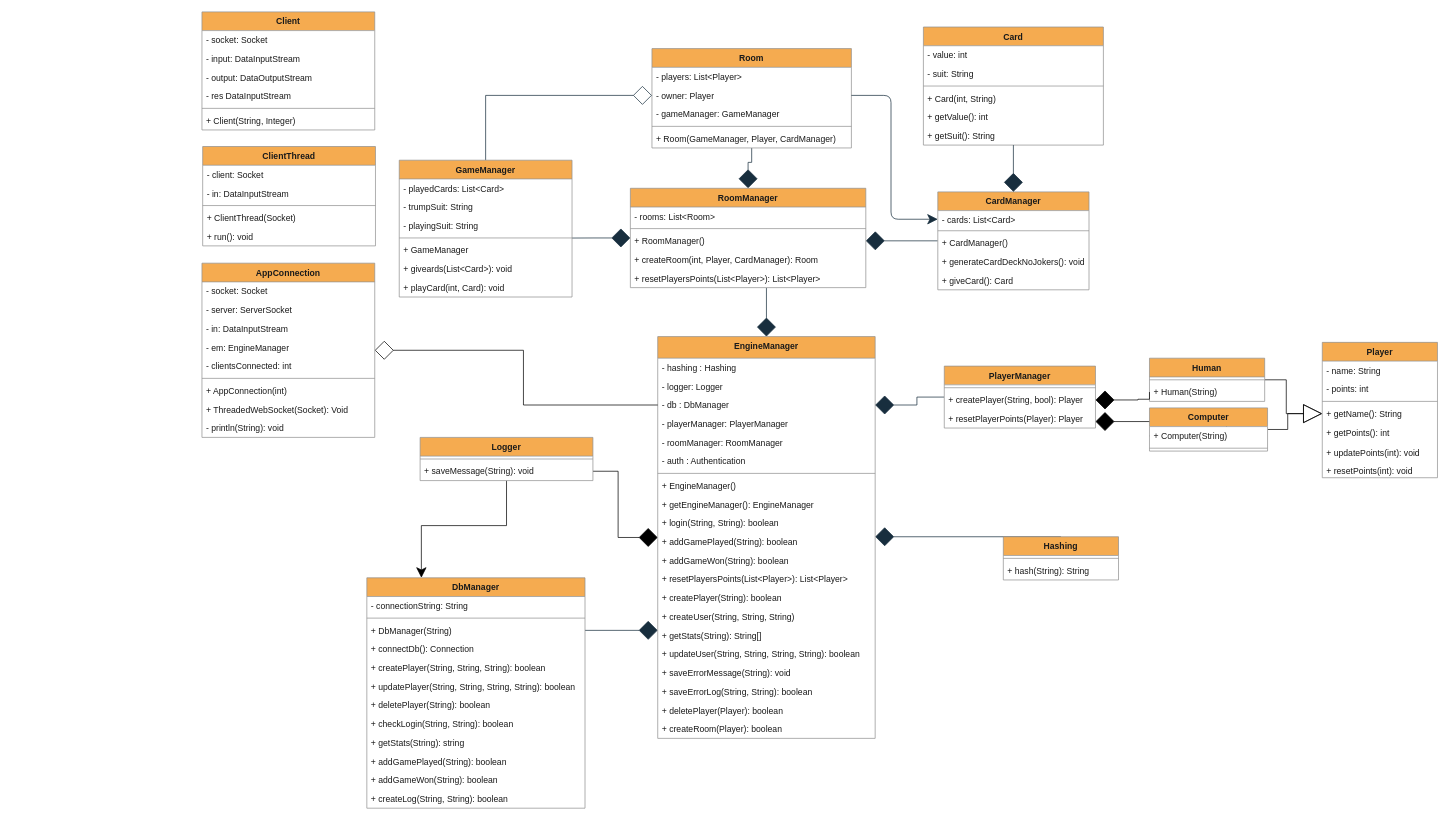
This is Diagrammer/Filer/Klasse Diagram.drawio from Olivervesth/KortKlubben, a draw.io file, before an edit. Source tidied: cells renumbered, new cells numbered last; positions are measured from the earlier drawing's top-left corner, leaving out a move shared by most shapes. Both pictures are drawn from the tidied source at 72%, with x=0, y=0 at pixel (202, 12).
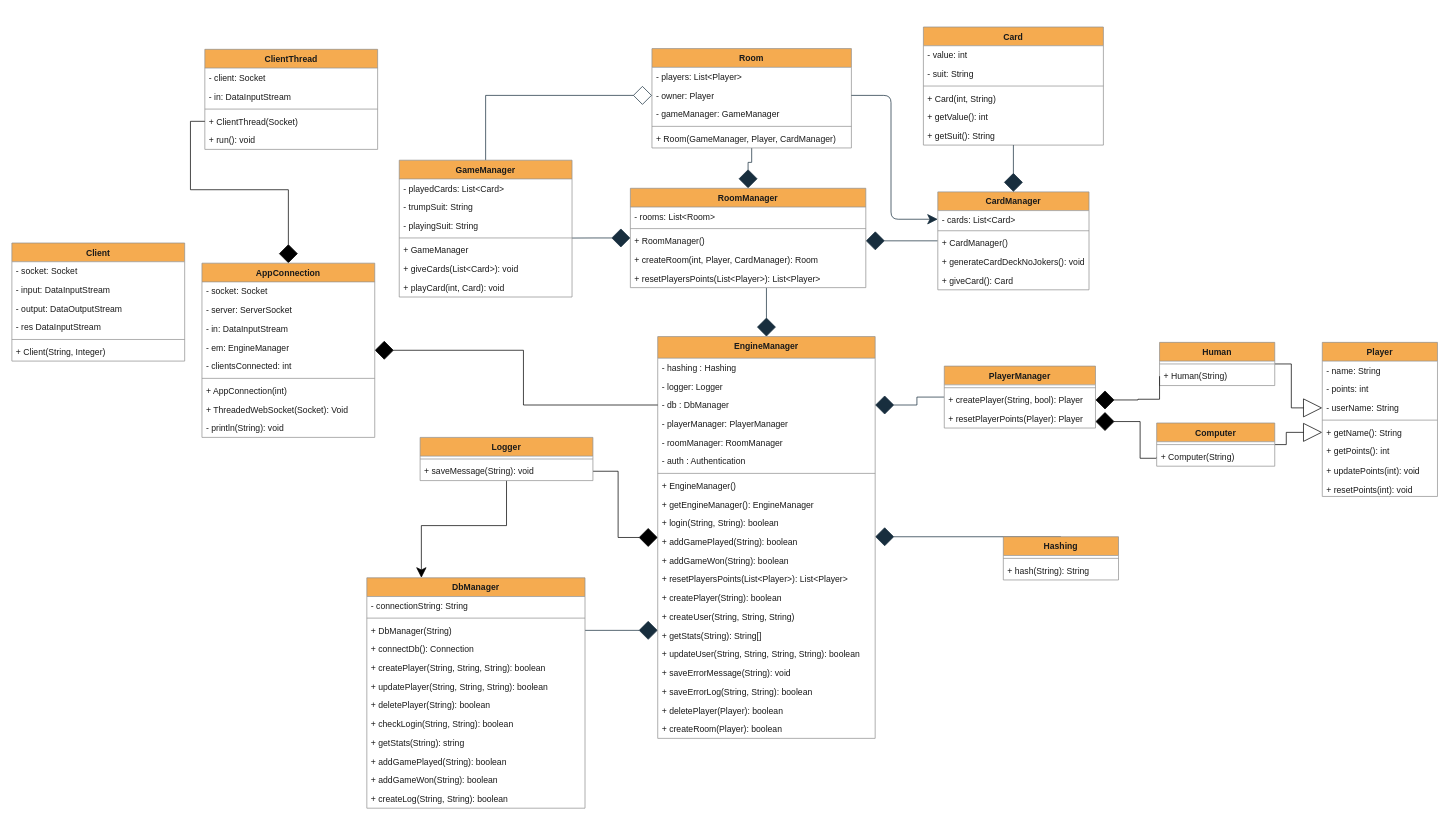
The same diagram, later.

Unchanged cells that the change refers to:
```xml
<mxCell id="37" value="- db : DbManager" style="text;strokeColor=none;fillColor=none;align=left;verticalAlign=top;spacingLeft=4;spacingRight=4;overflow=hidden;points=[[0,0.5],[1,0.5]];portConstraint=eastwest;fontColor=#1A1A1A;rounded=0;" parent="34" vertex="1">
  <mxGeometry y="82" width="302" height="26" as="geometry" />
</mxCell>
<mxCell id="58" value="PlayerManager" style="swimlane;fontStyle=1;align=center;verticalAlign=top;horizontal=1;startSize=26;fillColor=#F5AB50;strokeColor=#909090;fontColor=#1A1A1A;rounded=0;swimlaneFillColor=default;" parent="1" vertex="1">
  <mxGeometry x="1031" y="492" width="210" height="86" as="geometry" />
</mxCell>
<mxCell id="60" value="+ createPlayer(String, bool): Player" style="text;strokeColor=none;fillColor=none;align=left;verticalAlign=top;spacingLeft=4;spacingRight=4;overflow=hidden;points=[[0,0.5],[1,0.5]];portConstraint=eastwest;fontColor=#1A1A1A;rounded=0;" parent="58" vertex="1">
  <mxGeometry y="34" width="210" height="26" as="geometry" />
</mxCell>
<mxCell id="66" value="DbManager" style="swimlane;fontStyle=1;align=center;verticalAlign=top;horizontal=1;startSize=26;fillColor=#F5AB50;strokeColor=#909090;fontColor=#1A1A1A;rounded=0;swimlaneFillColor=default;" parent="1" vertex="1">
  <mxGeometry x="229" y="786" width="303" height="320" as="geometry" />
</mxCell>
<mxCell id="88" value="GameManager" style="swimlane;fontStyle=1;align=center;verticalAlign=top;horizontal=1;startSize=26;fillColor=#F5AB50;strokeColor=#909090;fontColor=#1A1A1A;rounded=0;swimlaneFillColor=default;" parent="1" vertex="1">
  <mxGeometry x="274" y="206" width="240" height="190" as="geometry" />
</mxCell>
<mxCell id="117" value="AppConnection" style="swimlane;fontStyle=1;align=center;verticalAlign=top;horizontal=1;startSize=26;fillColor=#F5AB50;strokeColor=#909090;fontColor=#1A1A1A;rounded=0;swimlaneFillColor=default;" parent="1" vertex="1">
  <mxGeometry y="349" width="240" height="242" as="geometry" />
</mxCell>
```

The edit, as a diff of the source:
```diff
@@
     <mxCell id="57" style="edgeStyle=orthogonalEdgeStyle;rounded=0;jettySize=auto;html=1;entryX=0;entryY=0.5;entryDx=0;entryDy=0;startArrow=diamond;startFill=1;endArrow=none;endFill=0;startSize=24;endSize=12;" parent="1" edge="1" source="58" target="84">
       <mxGeometry relative="1" as="geometry">
         <Array as="points">
-          <mxPoint x="1423" y="569" />
+          <mxPoint x="1303" y="569" />
+          <mxPoint x="1303" y="620" />
+          <mxPoint x="1326" y="620" />
         </Array>
       </mxGeometry>
     </mxCell>
@@
-    <mxCell id="62" style="edgeStyle=orthogonalEdgeStyle;rounded=0;jettySize=auto;html=1;entryX=0;entryY=0.5;entryDx=0;entryDy=0;startArrow=none;startFill=0;endArrow=block;endFill=0;startSize=24;endSize=24;exitX=1;exitY=0.5;exitDx=0;exitDy=0;" parent="1" edge="1" source="63" target="100">
+    <mxCell id="62" style="edgeStyle=orthogonalEdgeStyle;rounded=0;jettySize=auto;html=1;entryX=0;entryY=0.5;entryDx=0;entryDy=0;startArrow=none;startFill=0;endArrow=block;endFill=0;startSize=24;endSize=24;exitX=1;exitY=0.5;exitDx=0;exitDy=0;" parent="1" edge="1" source="63" target="65">
       <mxGeometry relative="1" as="geometry" />
     </mxCell>
     <mxCell id="63" value="Human" style="swimlane;fontStyle=1;align=center;verticalAlign=top;horizontal=1;startSize=26;fillColor=#F5AB50;strokeColor=#909090;fontColor=#1A1A1A;rounded=0;swimlaneFillColor=default;" parent="1" vertex="1">
-      <mxGeometry x="1316" y="481" width="160" height="60" as="geometry" />
+      <mxGeometry x="1330" y="459" width="160" height="60" as="geometry" />
     </mxCell>
@@
-    <mxCell id="65" value="+ Human(String)" style="text;strokeColor=none;fillColor=none;align=left;verticalAlign=top;spacingLeft=4;spacingRight=4;overflow=hidden;points=[[0,0.5],[1,0.5]];portConstraint=eastwest;fontColor=#1A1A1A;rounded=0;" parent="63" vertex="1">
-      <mxGeometry y="34" width="160" height="26" as="geometry" />
-    </mxCell>
+    <mxCell id="134" value="+ Human(String)" style="text;strokeColor=none;fillColor=none;align=left;verticalAlign=top;spacingLeft=4;spacingRight=4;overflow=hidden;points=[[0,0.5],[1,0.5]];portConstraint=eastwest;fontColor=#1A1A1A;rounded=0;" parent="63" vertex="1">
+      <mxGeometry y="34" width="160" height="26" as="geometry" />
+    </mxCell>
@@
-    <mxCell id="72" value="+ updatePlayer(String, String, String, String): boolean" style="text;strokeColor=none;fillColor=none;align=left;verticalAlign=top;spacingLeft=4;spacingRight=4;overflow=hidden;fontColor=#1A1A1A;rounded=0;" parent="66" vertex="1">
+    <mxCell id="72" value="+ updatePlayer(String, String, String): boolean" style="text;strokeColor=none;fillColor=none;align=left;verticalAlign=top;spacingLeft=4;spacingRight=4;overflow=hidden;fontColor=#1A1A1A;rounded=0;" parent="66" vertex="1">
       <mxGeometry y="138" width="303" height="26" as="geometry" />
     </mxCell>
@@
     <mxCell id="82" style="edgeStyle=orthogonalEdgeStyle;rounded=0;jettySize=auto;html=1;entryX=0;entryY=0.5;entryDx=0;entryDy=0;startArrow=none;startFill=0;endArrow=block;endFill=0;startSize=24;endSize=24;" parent="1" edge="1" source="83" target="100">
-      <mxGeometry relative="1" as="geometry" />
+      <mxGeometry relative="1" as="geometry">
+        <Array as="points">
+          <mxPoint x="1506" y="601" />
+          <mxPoint x="1506" y="584" />
+        </Array>
+      </mxGeometry>
     </mxCell>
     <mxCell id="83" value="Computer" style="swimlane;fontStyle=1;align=center;verticalAlign=top;horizontal=1;startSize=26;fillColor=#F5AB50;strokeColor=#909090;fontColor=#1A1A1A;rounded=0;swimlaneFillColor=default;" parent="1" vertex="1">
-      <mxGeometry x="1316" y="550" width="164" height="60" as="geometry" />
+      <mxGeometry x="1326" y="571" width="164" height="60" as="geometry" />
     </mxCell>
+    <mxCell id="85" style="line;strokeWidth=1;fillColor=none;align=left;verticalAlign=middle;spacingTop=-1;spacingLeft=3;spacingRight=3;labelPosition=right;labelBackgroundColor=#EEEEEE;strokeColor=#909090;fontColor=#1A1A1A;rounded=0;" parent="83" vertex="1">
+      <mxGeometry y="26" width="164" height="8" as="geometry" />
+    </mxCell>
     <mxCell id="84" value="+ Computer(String)" style="text;strokeColor=none;fillColor=none;align=left;verticalAlign=top;spacingLeft=4;spacingRight=4;overflow=hidden;points=[[0,0.5],[1,0.5]];portConstraint=eastwest;fontColor=#1A1A1A;rounded=0;" parent="83" vertex="1">
-      <mxGeometry y="26" width="164" height="26" as="geometry" />
+      <mxGeometry y="34" width="164" height="26" as="geometry" />
     </mxCell>
-    <mxCell id="85" style="line;strokeWidth=1;fillColor=none;align=left;verticalAlign=middle;spacingTop=-1;spacingLeft=3;spacingRight=3;labelPosition=right;labelBackgroundColor=#EEEEEE;strokeColor=#909090;fontColor=#1A1A1A;rounded=0;" parent="83" vertex="1">
-      <mxGeometry y="52" width="164" height="8" as="geometry" />
-    </mxCell>
@@
-    <mxCell id="94" value="+ giveards(List&lt;Card&gt;): void" style="text;strokeColor=none;fillColor=none;align=left;verticalAlign=top;spacingLeft=4;spacingRight=4;overflow=hidden;fontColor=#1A1A1A;rounded=0;" parent="88" vertex="1">
+    <mxCell id="94" value="+ giveCards(List&lt;Card&gt;): void" style="text;strokeColor=none;fillColor=none;align=left;verticalAlign=top;spacingLeft=4;spacingRight=4;overflow=hidden;fontColor=#1A1A1A;rounded=0;" parent="88" vertex="1">
       <mxGeometry y="138" width="240" height="26" as="geometry" />
     </mxCell>
@@
     <mxCell id="96" value="Player" style="swimlane;fontStyle=1;align=center;verticalAlign=top;horizontal=1;startSize=26;fillColor=#F5AB50;strokeColor=#909090;fontColor=#1A1A1A;rounded=0;swimlaneFillColor=default;" parent="1" vertex="1">
-      <mxGeometry x="1556" y="459" width="160" height="188" as="geometry" />
+      <mxGeometry x="1556" y="459" width="160" height="214" as="geometry" />
     </mxCell>
@@
+    <mxCell id="65" value="- userName: String" style="text;strokeColor=none;fillColor=none;align=left;verticalAlign=top;spacingLeft=4;spacingRight=4;overflow=hidden;points=[[0,0.5],[1,0.5]];portConstraint=eastwest;fontColor=#1A1A1A;rounded=0;" parent="96" vertex="1">
+      <mxGeometry y="78" width="160" height="26" as="geometry" />
+    </mxCell>
     <mxCell id="99" style="line;strokeWidth=1;fillColor=none;align=left;verticalAlign=middle;spacingTop=-1;spacingLeft=3;spacingRight=3;labelPosition=right;labelBackgroundColor=#EEEEEE;strokeColor=#909090;fontColor=#1A1A1A;rounded=0;" parent="96" vertex="1">
-      <mxGeometry y="78" width="160" height="8" as="geometry" />
+      <mxGeometry y="104" width="160" height="8" as="geometry" />
     </mxCell>
     <mxCell id="100" value="+ getName(): String" style="text;strokeColor=none;fillColor=none;align=left;verticalAlign=top;spacingLeft=4;spacingRight=4;overflow=hidden;points=[[0,0.5],[1,0.5]];portConstraint=eastwest;fontColor=#1A1A1A;rounded=0;" parent="96" vertex="1">
-      <mxGeometry y="86" width="160" height="26" as="geometry" />
+      <mxGeometry y="112" width="160" height="26" as="geometry" />
     </mxCell>
     <mxCell id="101" value="+ getPoints(): int" style="text;strokeColor=none;fillColor=none;align=left;verticalAlign=top;spacingLeft=4;spacingRight=4;overflow=hidden;fontColor=#1A1A1A;rounded=0;" parent="96" vertex="1">
-      <mxGeometry y="112" width="160" height="28" as="geometry" />
+      <mxGeometry y="138" width="160" height="28" as="geometry" />
     </mxCell>
     <mxCell id="102" value="+ updatePoints(int): void" style="text;strokeColor=none;fillColor=none;align=left;verticalAlign=top;spacingLeft=4;spacingRight=4;overflow=hidden;fontColor=#1A1A1A;rounded=0;" parent="96" vertex="1">
-      <mxGeometry y="140" width="160" height="26" as="geometry" />
+      <mxGeometry y="166" width="160" height="26" as="geometry" />
     </mxCell>
     <mxCell id="103" value="+ resetPoints(int): void" style="text;strokeColor=none;fillColor=none;align=left;verticalAlign=top;spacingLeft=4;spacingRight=4;overflow=hidden;fontColor=#1A1A1A;rounded=0;" parent="96" vertex="1">
-      <mxGeometry y="166" width="160" height="22" as="geometry" />
+      <mxGeometry y="192" width="160" height="22" as="geometry" />
     </mxCell>
@@
-    <mxCell id="109" style="edgeStyle=orthogonalEdgeStyle;rounded=0;jettySize=auto;html=1;exitX=1;exitY=0.5;exitDx=0;exitDy=0;entryX=0;entryY=0.5;entryDx=0;entryDy=0;startArrow=diamond;startFill=1;endArrow=none;endFill=0;startSize=24;endSize=12;" parent="1" edge="1" source="60" target="65">
+    <mxCell id="109" style="edgeStyle=orthogonalEdgeStyle;rounded=0;jettySize=auto;html=1;exitX=1;exitY=0.5;exitDx=0;exitDy=0;entryX=0;entryY=0.5;entryDx=0;entryDy=0;startArrow=diamond;startFill=1;endArrow=none;endFill=0;startSize=24;endSize=12;" parent="1" edge="1" source="60" target="134">
       <mxGeometry relative="1" as="geometry">
         <Array as="points">
           <mxPoint x="1300" y="539" />
-          <mxPoint x="1316" y="538" />
+          <mxPoint x="1319" y="538" />
         </Array>
       </mxGeometry>
     </mxCell>
     <mxCell id="110" value="ClientThread" style="swimlane;fontStyle=1;align=center;verticalAlign=top;horizontal=1;startSize=26;fillColor=#F5AB50;strokeColor=#909090;fontColor=#1A1A1A;rounded=0;swimlaneFillColor=default;" parent="1" vertex="1">
-      <mxGeometry x="1" y="187" width="240" height="138" as="geometry" />
+      <mxGeometry x="4" y="52" width="240" height="139" as="geometry" />
     </mxCell>
     <mxCell id="111" value="- client: Socket" style="text;strokeColor=none;fillColor=none;align=left;verticalAlign=top;spacingLeft=4;spacingRight=4;overflow=hidden;fontColor=#1A1A1A;rounded=0;" parent="110" vertex="1">
-      <mxGeometry y="26" width="240" height="26" as="geometry" />
+      <mxGeometry y="26" width="240" height="27" as="geometry" />
     </mxCell>
     <mxCell id="112" value="- in: DataInputStream" style="text;strokeColor=none;fillColor=none;align=left;verticalAlign=top;spacingLeft=4;spacingRight=4;overflow=hidden;fontColor=#1A1A1A;rounded=0;" parent="110" vertex="1">
-      <mxGeometry y="52" width="240" height="26" as="geometry" />
+      <mxGeometry y="53" width="240" height="26" as="geometry" />
     </mxCell>
     <mxCell id="113" style="line;strokeWidth=1;fillColor=none;align=left;verticalAlign=middle;spacingTop=-1;spacingLeft=3;spacingRight=3;labelPosition=right;labelBackgroundColor=#EEEEEE;strokeColor=#909090;fontColor=#1A1A1A;rounded=0;" parent="110" vertex="1">
-      <mxGeometry y="78" width="240" height="8" as="geometry" />
+      <mxGeometry y="79" width="240" height="8" as="geometry" />
     </mxCell>
     <mxCell id="114" value="+ ClientThread(Socket)" style="text;strokeColor=none;fillColor=none;align=left;verticalAlign=top;spacingLeft=4;spacingRight=4;overflow=hidden;points=[[0,0.5],[1,0.5]];portConstraint=eastwest;fontColor=#1A1A1A;rounded=0;" parent="110" vertex="1">
-      <mxGeometry y="86" width="240" height="26" as="geometry" />
+      <mxGeometry y="87" width="240" height="26" as="geometry" />
     </mxCell>
     <mxCell id="115" value="+ run(): void" style="text;strokeColor=none;fillColor=none;align=left;verticalAlign=top;spacingLeft=4;spacingRight=4;overflow=hidden;fontColor=#1A1A1A;rounded=0;" parent="110" vertex="1">
-      <mxGeometry y="112" width="240" height="26" as="geometry" />
+      <mxGeometry y="113" width="240" height="26" as="geometry" />
     </mxCell>
-    <mxCell id="116" style="edgeStyle=orthogonalEdgeStyle;rounded=0;jettySize=auto;html=1;entryX=0;entryY=0.5;entryDx=0;entryDy=0;startArrow=diamond;startFill=0;endSize=24;endArrow=none;endFill=0;startSize=24;" parent="1" edge="1" source="117" target="37">
+    <mxCell id="116" style="edgeStyle=orthogonalEdgeStyle;rounded=0;jettySize=auto;html=1;entryX=0;entryY=0.5;entryDx=0;entryDy=0;startArrow=diamond;startFill=1;endSize=24;endArrow=none;endFill=0;startSize=24;" parent="1" edge="1" source="117" target="37">
       <mxGeometry relative="1" as="geometry" />
     </mxCell>
+    <mxCell id="135" style="edgeStyle=orthogonalEdgeStyle;rounded=0;jettySize=auto;html=1;startArrow=diamond;startFill=1;endArrow=none;endFill=0;startSize=24;endSize=24;entryX=0;entryY=0.5;entryDx=0;entryDy=0;" parent="1" edge="1" source="117" target="114">
+      <mxGeometry relative="1" as="geometry" />
+    </mxCell>
@@
     <mxCell id="127" value="Client" style="swimlane;fontStyle=1;align=center;verticalAlign=top;horizontal=1;startSize=26;fillColor=#F5AB50;strokeColor=#909090;fontColor=#1A1A1A;rounded=0;swimlaneFillColor=default;" parent="1" vertex="1">
-      <mxGeometry width="240" height="164" as="geometry" />
+      <mxGeometry x="-264" y="321" width="240" height="164" as="geometry" />
     </mxCell>
```
